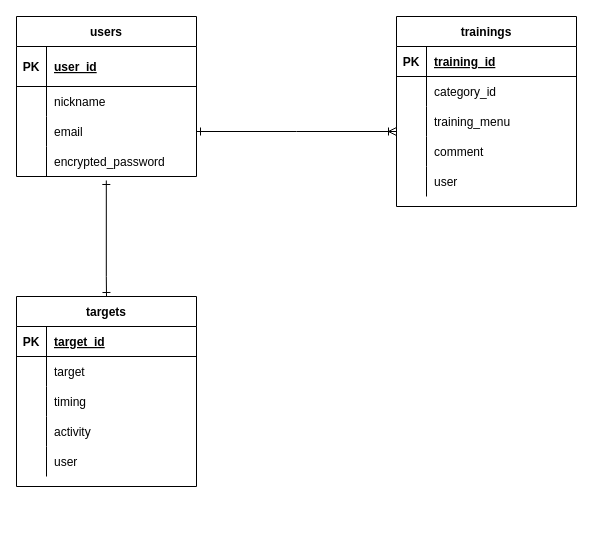
This is training.dio from toshi-1009/training-35041, a draw.io file, before an edit. Source tidied: cells renumbered, new cells numbered last; positions are measured from the earlier drawing's top-left corner, leaving out a move shared by most shapes. Both pictures are drawn from the tidied source at 100%, with x=0, y=0 at pixel (16, 16).
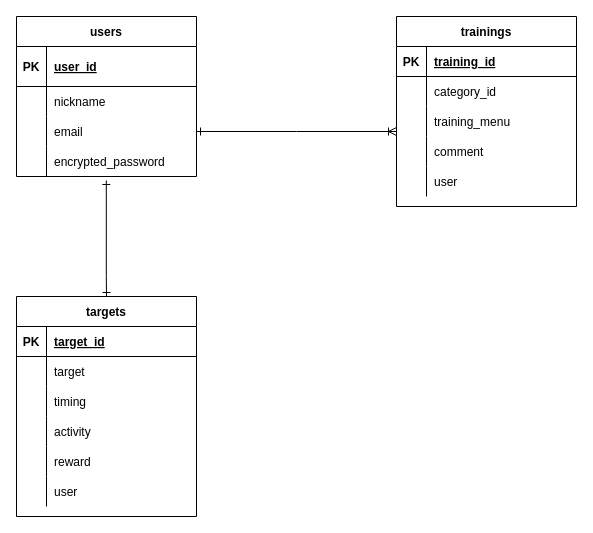
After the change.

Diff of the diagram source:
```diff
@@
     <mxCell id="31" value="targets" style="shape=table;startSize=30;childLayout=tableLayout;rowLines=0;fontStyle=1;align=center;" parent="1" vertex="1">
-      <mxGeometry y="280" width="180" height="190" as="geometry" />
+      <mxGeometry y="280" width="180" height="220" as="geometry" />
     </mxCell>
@@
+    <mxCell id="50" style="shape=partialRectangle;fillColor=none;top=0;left=0;bottom=0;right=0;" parent="31" vertex="1">
+      <mxGeometry y="150" width="180" height="30" as="geometry" />
+    </mxCell>
+    <mxCell id="51" style="shape=partialRectangle;fillColor=none;top=0;left=0;bottom=0;right=0;overflow=hidden;" parent="50" vertex="1">
+      <mxGeometry width="30" height="30" as="geometry" />
+    </mxCell>
+    <mxCell id="52" value="reward" style="shape=partialRectangle;fillColor=none;top=0;left=0;bottom=0;right=0;align=left;spacingLeft=6;overflow=hidden;" parent="50" vertex="1">
+      <mxGeometry x="30" width="150" height="30" as="geometry" />
+    </mxCell>
     <mxCell id="44" style="shape=partialRectangle;fillColor=none;top=0;left=0;bottom=0;right=0;" parent="31" vertex="1">
-      <mxGeometry y="150" width="180" height="30" as="geometry" />
+      <mxGeometry y="180" width="180" height="30" as="geometry" />
     </mxCell>
```
